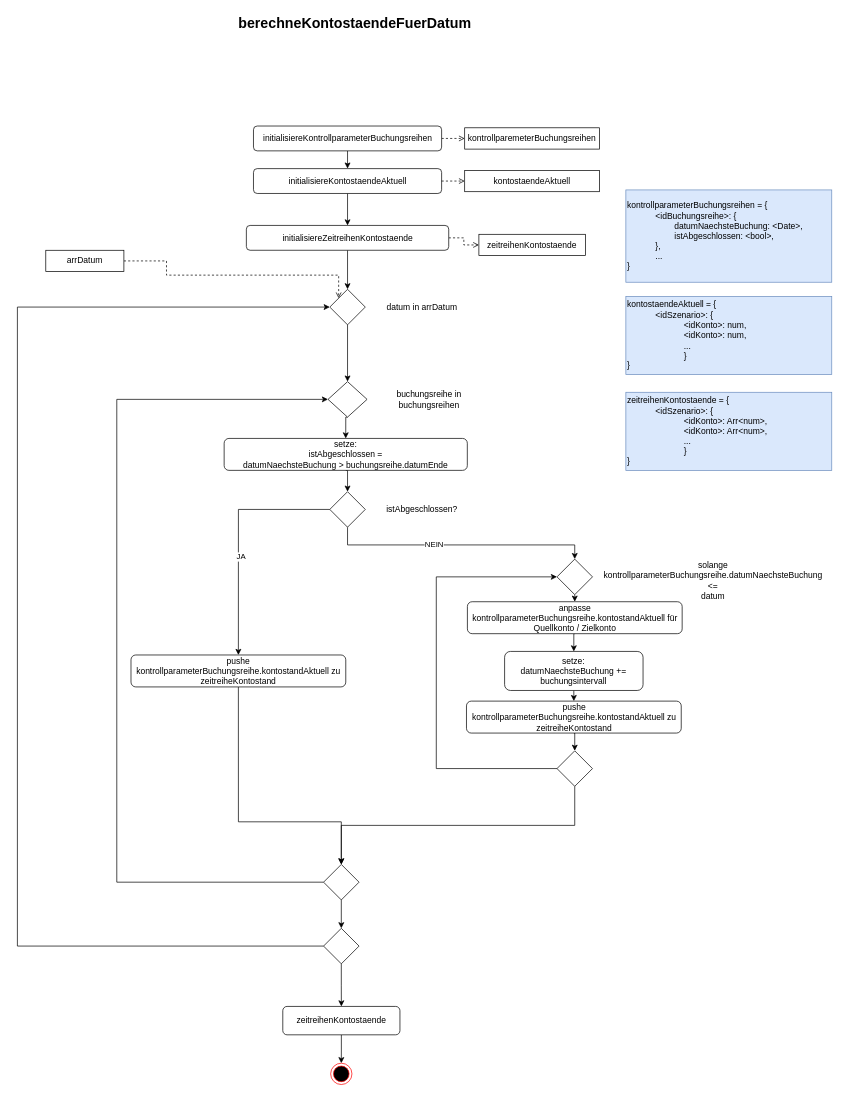
wunscha/finanzplaner keeps this draw.io diagram as page "Zeitreihe" (2 of 3) of design/Funktionen.drawio. Above is the earlier version. Source tidied: cells renumbered, new cells numbered last; positions are measured from the earlier drawing's top-left corner, leaving out a move shared by most shapes. Both pictures are drawn from the tidied source at 71%, with x=0, y=0 at pixel (17, 12).
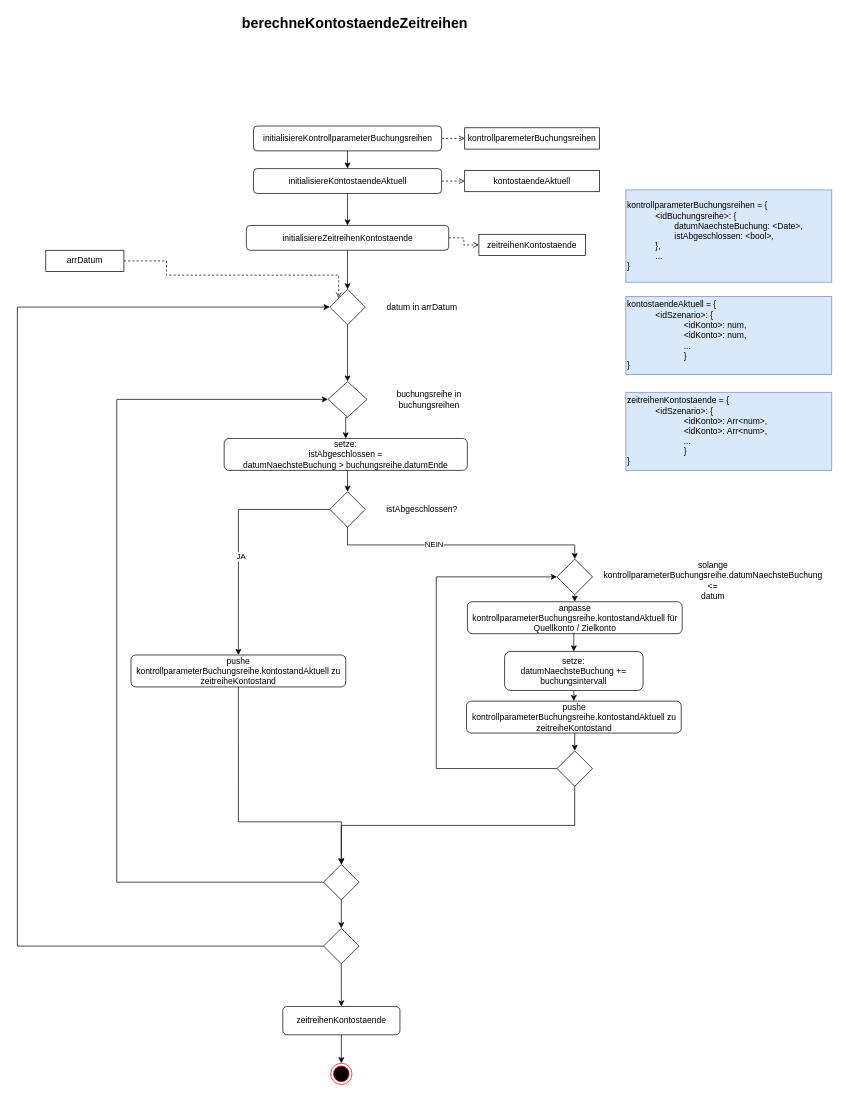
Above is the later version.

Diff of the diagram source:
```diff
@@
-    <mxCell id="34" value="berechneKontostaendeFuerDatum" style="text;html=1;strokeColor=none;fillColor=none;align=center;verticalAlign=middle;whiteSpace=wrap;rounded=0;fontStyle=1;fontSize=20;" parent="1" vertex="1">
+    <mxCell id="34" value="berechneKontostaendeZeitreihen" style="text;html=1;strokeColor=none;fillColor=none;align=center;verticalAlign=middle;whiteSpace=wrap;rounded=0;fontStyle=1;fontSize=20;" parent="1" vertex="1">
       <mxGeometry x="352.5" width="245" height="30" as="geometry" />
     </mxCell>
```
